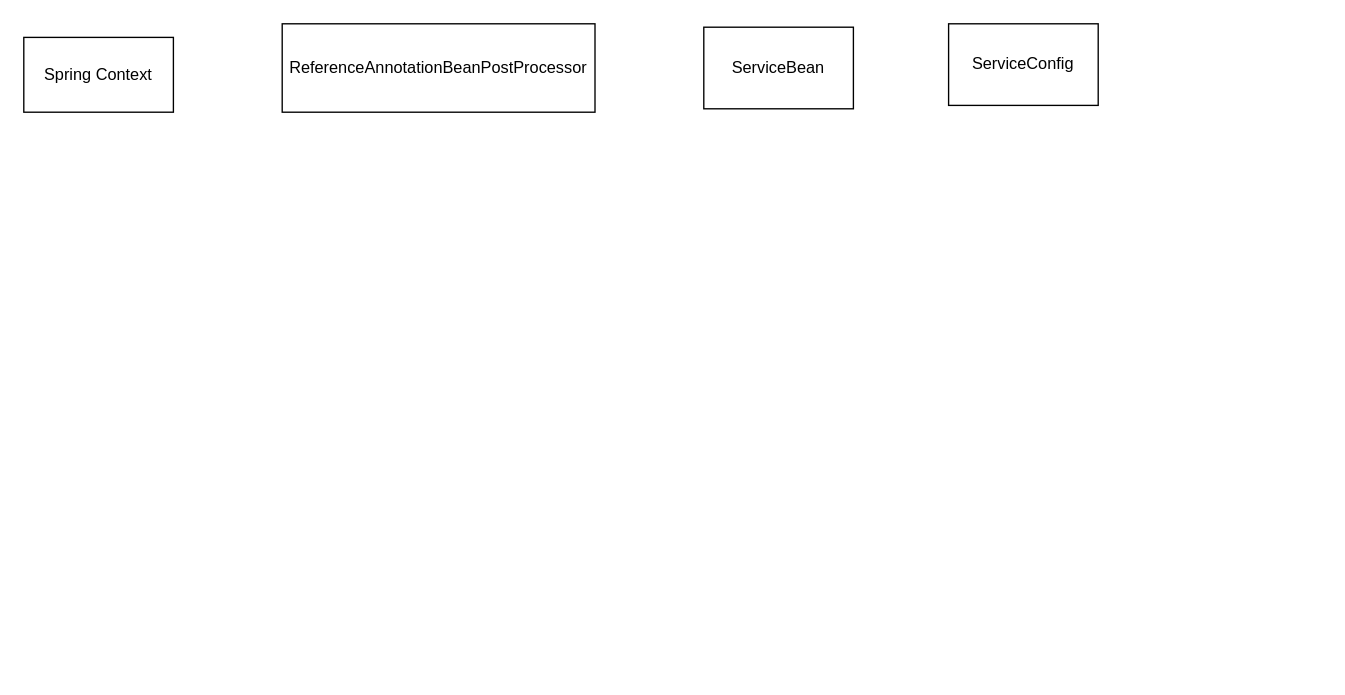
Before: dubbo-study.drawio in fufengchang/draw-diagrams, a draw.io diagram. Source tidied: cells renumbered, new cells numbered last; positions are measured from the earlier drawing's top-left corner, leaving out a move shared by most shapes. Both pictures are drawn from the tidied source at 136%, with x=0, y=0 at pixel (23, 23).
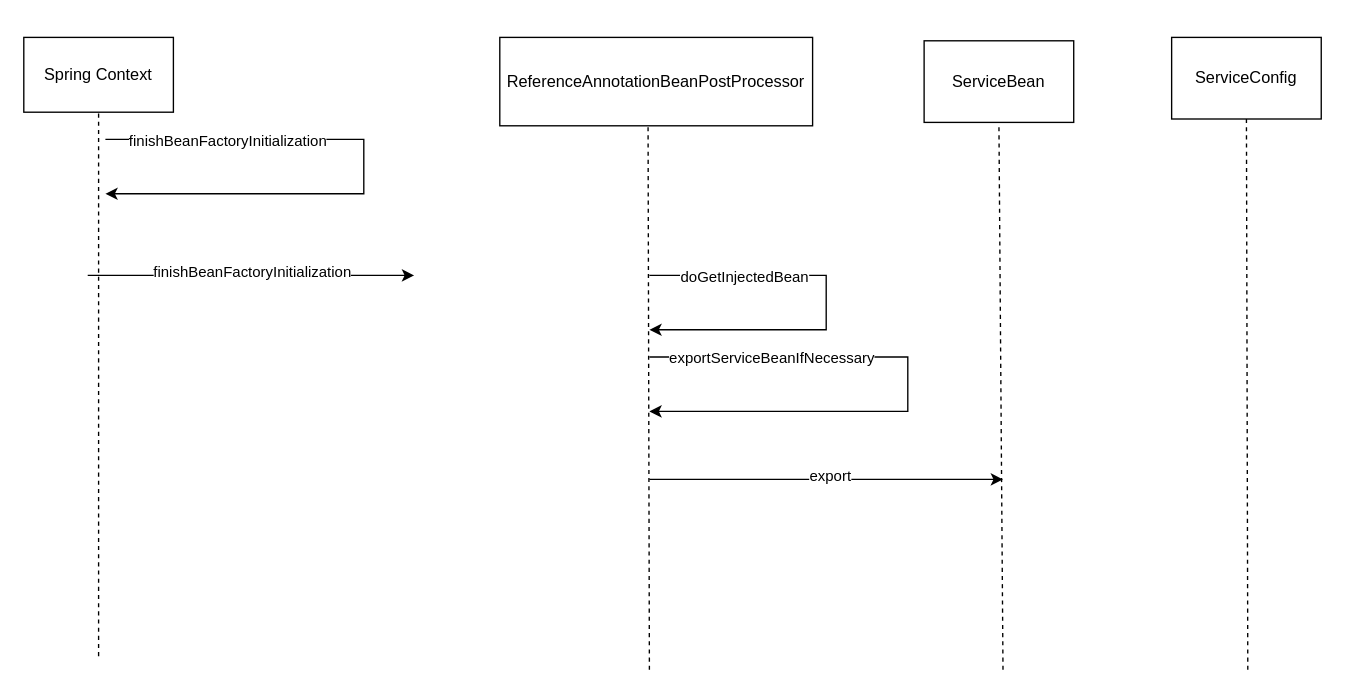
After the change.

The change refers to these unchanged cells:
```xml
<mxCell id="2" value="Spring Context" style="whiteSpace=wrap;html=1;" parent="1" vertex="1">
  <mxGeometry y="10" width="110" height="55" as="geometry" />
</mxCell>
```

What changed in the source:
```diff
@@
     <mxCell id="3" value="ReferenceAnnotationBeanPostProcessor" style="whiteSpace=wrap;html=1;" parent="1" vertex="1">
-      <mxGeometry x="190" width="230" height="65" as="geometry" />
+      <mxGeometry x="350" y="10" width="230" height="65" as="geometry" />
     </mxCell>
     <mxCell id="4" value="ServiceBean" style="whiteSpace=wrap;html=1;" parent="1" vertex="1">
-      <mxGeometry x="500" y="2.5" width="110" height="60" as="geometry" />
+      <mxGeometry x="662" y="12.5" width="110" height="60" as="geometry" />
     </mxCell>
     <mxCell id="5" value="ServiceConfig" style="whiteSpace=wrap;html=1;" parent="1" vertex="1">
-      <mxGeometry x="680" width="110" height="60" as="geometry" />
+      <mxGeometry x="844" y="10" width="110" height="60" as="geometry" />
     </mxCell>
+    <mxCell id="6" style="endArrow=none;html=1;rounded=0;entryX=0.474;entryY=0.985;entryDx=0;entryDy=0;entryPerimeter=0;dashed=1;" parent="1" edge="1" target="3">
+      <mxGeometry relative="1" as="geometry">
+        <mxPoint x="460" y="475" as="sourcePoint" />
+      </mxGeometry>
+    </mxCell>
+    <mxCell id="7" style="endArrow=none;html=1;rounded=0;entryX=0.5;entryY=1;entryDx=0;entryDy=0;dashed=1;" parent="1" edge="1" target="4">
+      <mxGeometry relative="1" as="geometry">
+        <mxPoint x="720" y="475" as="sourcePoint" />
+      </mxGeometry>
+    </mxCell>
+    <mxCell id="8" style="endArrow=none;html=1;rounded=0;entryX=0.5;entryY=1;entryDx=0;entryDy=0;dashed=1;" parent="1" edge="1" target="5">
+      <mxGeometry relative="1" as="geometry">
+        <mxPoint x="900" y="475" as="sourcePoint" />
+      </mxGeometry>
+    </mxCell>
+    <mxCell id="9" style="endArrow=none;html=1;rounded=0;entryX=0.5;entryY=1;entryDx=0;entryDy=0;dashed=1;" parent="1" edge="1" target="2">
+      <mxGeometry relative="1" as="geometry">
+        <mxPoint x="55" y="465" as="sourcePoint" />
+      </mxGeometry>
+    </mxCell>
+    <mxCell id="10" style="endArrow=classic;html=1;rounded=0;" parent="1" edge="1">
+      <mxGeometry relative="1" as="geometry">
+        <mxPoint x="47" y="185" as="sourcePoint" />
+        <mxPoint x="287" y="185" as="targetPoint" />
+      </mxGeometry>
+    </mxCell>
+    <mxCell id="11" value="finishBeanFactoryInitialization" style="edgeLabel;html=1;align=center;verticalAlign=middle;" parent="10" vertex="1">
+      <mxGeometry x="0.17" y="3" relative="1" as="geometry">
+        <mxPoint x="-20" as="offset" />
+      </mxGeometry>
+    </mxCell>
+    <mxCell id="12" style="endArrow=classic;html=1;rounded=0;edgeStyle=elbowEdgeStyle;" parent="1" edge="1">
+      <mxGeometry relative="1" as="geometry">
+        <mxPoint x="460" y="185" as="sourcePoint" />
+        <mxPoint x="460" y="225" as="targetPoint" />
+        <Array as="points">
+          <mxPoint x="590" y="205" />
+        </Array>
+      </mxGeometry>
+    </mxCell>
+    <mxCell id="13" value="doGetInjectedBean" style="edgeLabel;html=1;align=center;verticalAlign=middle;" parent="12" vertex="1">
+      <mxGeometry x="0.17" y="3" relative="1" as="geometry">
+        <mxPoint x="-55" y="-43" as="offset" />
+      </mxGeometry>
+    </mxCell>
+    <mxCell id="14" style="endArrow=classic;html=1;rounded=0;edgeStyle=elbowEdgeStyle;" parent="1" edge="1">
+      <mxGeometry relative="1" as="geometry">
+        <mxPoint x="460" y="245" as="sourcePoint" />
+        <mxPoint x="460" y="285" as="targetPoint" />
+        <Array as="points">
+          <mxPoint x="650" y="265" />
+        </Array>
+      </mxGeometry>
+    </mxCell>
+    <mxCell id="15" value="exportServiceBeanIfNecessary" style="edgeLabel;html=1;align=center;verticalAlign=middle;" parent="14" vertex="1">
+      <mxGeometry x="0.17" y="3" relative="1" as="geometry">
+        <mxPoint x="-85" y="-43" as="offset" />
+      </mxGeometry>
+    </mxCell>
+    <mxCell id="16" style="endArrow=classic;html=1;rounded=0;" parent="1" edge="1">
+      <mxGeometry relative="1" as="geometry">
+        <mxPoint x="460" y="335" as="sourcePoint" />
+        <mxPoint x="720" y="335" as="targetPoint" />
+      </mxGeometry>
+    </mxCell>
+    <mxCell id="17" value="export" style="edgeLabel;html=1;align=center;verticalAlign=middle;" parent="16" vertex="1">
+      <mxGeometry x="0.17" y="3" relative="1" as="geometry">
+        <mxPoint x="-20" as="offset" />
+      </mxGeometry>
+    </mxCell>
+    <mxCell id="18" style="endArrow=classic;html=1;rounded=0;edgeStyle=elbowEdgeStyle;" parent="1" edge="1">
+      <mxGeometry relative="1" as="geometry">
+        <mxPoint x="60" y="85" as="sourcePoint" />
+        <mxPoint x="60" y="125" as="targetPoint" />
+        <Array as="points">
+          <mxPoint x="250" y="105" />
+        </Array>
+      </mxGeometry>
+    </mxCell>
+    <mxCell id="19" value="finishBeanFactoryInitialization" style="edgeLabel;html=1;align=center;verticalAlign=middle;" parent="18" vertex="1">
+      <mxGeometry x="0.17" y="3" relative="1" as="geometry">
+        <mxPoint x="-85" y="-43" as="offset" />
+      </mxGeometry>
+    </mxCell>
```
